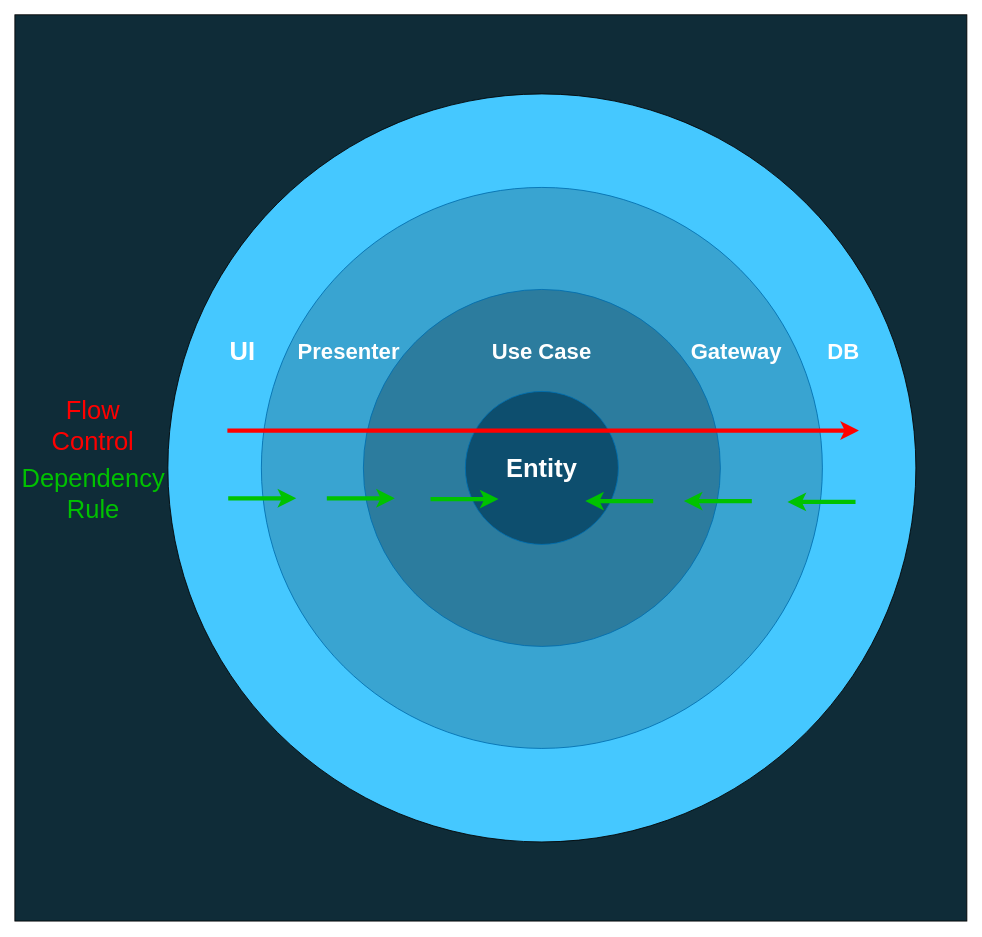
Earlier version of the draw.io diagram diagrams/caFlowControlDependencyRule.drawio (AlexanderLapygin/dependency-inversion-slides). Source tidied: cells renumbered, new cells numbered last; positions are measured from the earlier drawing's top-left corner, leaving out a move shared by most shapes. Both pictures are drawn from the tidied source at 85%, with x=0, y=0 at pixel (14, 14).
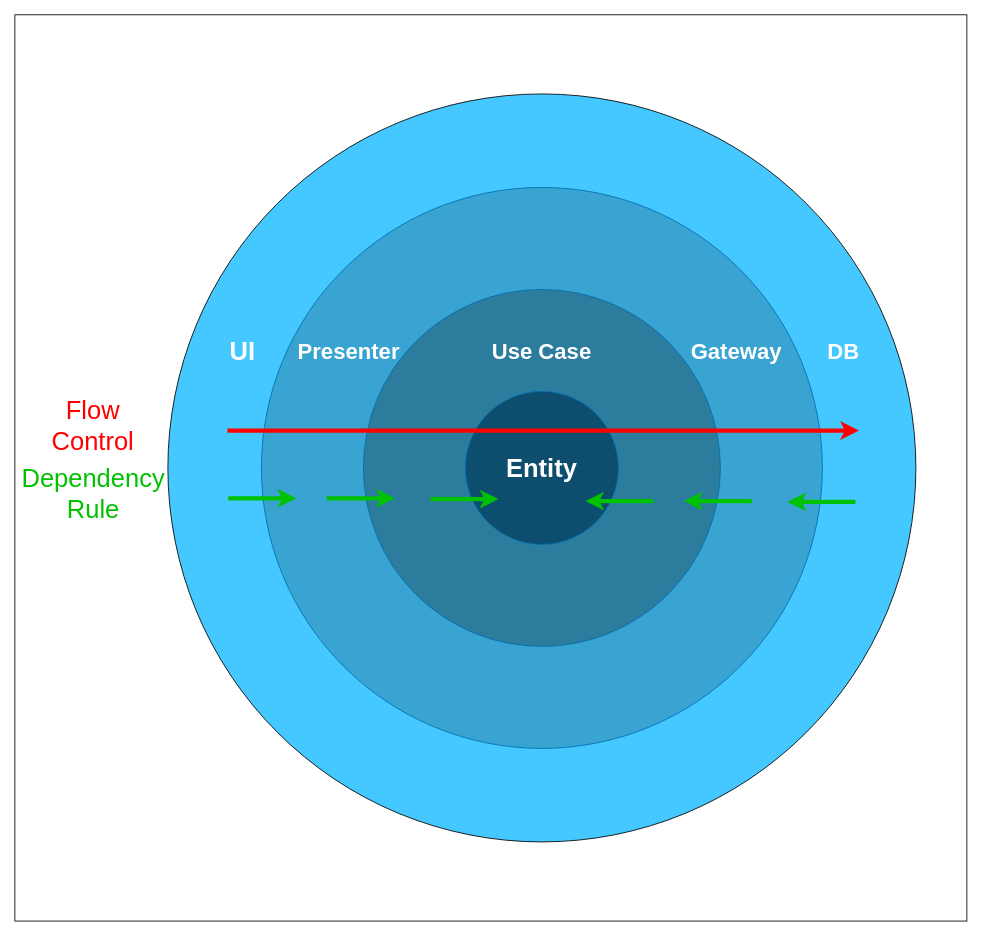
Above is the later version.

Change to the diagram source:
```diff
@@
-    <mxCell id="2" style="rounded=0;whiteSpace=wrap;html=1;fillColor=#0F2C38;fontSize=30;fontColor=#FFFFFF;" parent="1" vertex="1">
+    <mxCell id="2" style="rounded=0;whiteSpace=wrap;html=1;fillColor=none;fontSize=30;fontColor=#FFFFFF;" parent="1" vertex="1">
       <mxGeometry y="-0.1" width="1120" height="1066.2" as="geometry" />
     </mxCell>
```
